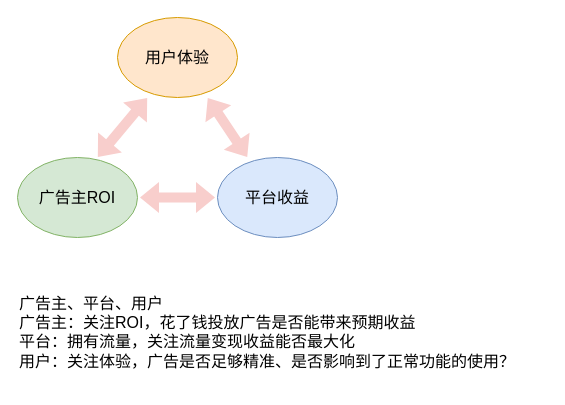
Before: ad_elements.drawio in ZiqingYip/moment, a draw.io diagram. Source tidied: cells renumbered, new cells numbered last; positions are measured from the earlier drawing's top-left corner, leaving out a move shared by most shapes. Both pictures are drawn from the tidied source at 100%, with x=0, y=0 at pixel (17, 17).
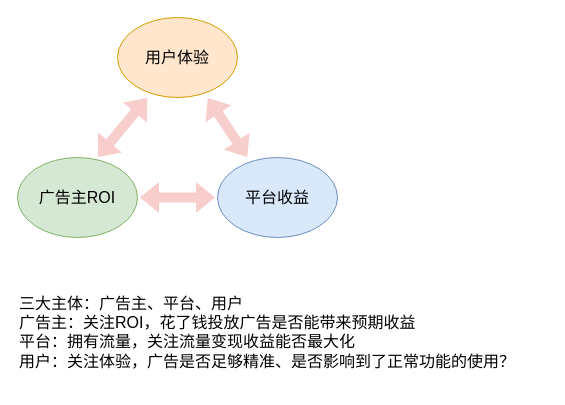
After the change.

What changed in the source:
```diff
@@
 <mxGraphModel>
   <root>
     <mxCell id="0" />
     <mxCell id="1" parent="0" />
     <mxCell id="2" value="用户体验" style="ellipse;whiteSpace=wrap;html=1;fillColor=#ffe6cc;strokeColor=#d79b00;fontSize=16;" parent="1" vertex="1">
       <mxGeometry x="100" width="120" height="80" as="geometry" />
     </mxCell>
     <mxCell id="3" value="广告主ROI" style="ellipse;whiteSpace=wrap;html=1;fillColor=#d5e8d4;strokeColor=#82b366;fontSize=16;" parent="1" vertex="1">
       <mxGeometry y="140" width="120" height="80" as="geometry" />
     </mxCell>
     <mxCell id="4" value="平台收益" style="ellipse;whiteSpace=wrap;html=1;fillColor=#dae8fc;strokeColor=#6c8ebf;fontSize=16;" parent="1" vertex="1">
       <mxGeometry x="200" y="140" width="120" height="80" as="geometry" />
     </mxCell>
     <mxCell id="5" style="shape=flexArrow;endArrow=classic;startArrow=classic;html=1;rounded=0;fillColor=#f8cecc;strokeColor=none;" parent="1" edge="1">
       <mxGeometry relative="1" as="geometry">
         <mxPoint x="80" y="140" as="sourcePoint" />
         <mxPoint x="130" y="80" as="targetPoint" />
       </mxGeometry>
     </mxCell>
     <mxCell id="6" style="shape=flexArrow;endArrow=classic;startArrow=classic;html=1;rounded=0;fillColor=#f8cecc;strokeColor=none;" parent="1" edge="1">
       <mxGeometry relative="1" as="geometry">
         <mxPoint x="230" y="140" as="sourcePoint" />
         <mxPoint x="190" y="80" as="targetPoint" />
       </mxGeometry>
     </mxCell>
     <mxCell id="7" style="shape=flexArrow;endArrow=classic;startArrow=classic;html=1;rounded=0;fillColor=#f8cecc;strokeColor=none;" parent="1" edge="1">
       <mxGeometry relative="1" as="geometry">
         <mxPoint x="198" y="180" as="sourcePoint" />
         <mxPoint x="122" y="180" as="targetPoint" />
       </mxGeometry>
     </mxCell>
-    <mxCell id="8" value="广告主、平台、用户&lt;br&gt;广告主：关注ROI，花了钱投放广告是否能带来预期收益&lt;br&gt;平台：拥有流量，关注流量变现收益能否最大化&lt;br&gt;用户：关注体验，广告是否足够精准、是否影响到了正常功能的使用？" style="text;whiteSpace=wrap;html=1;fontSize=16;" parent="1" vertex="1">
+    <mxCell id="8" value="三大主体：广告主、平台、用户&lt;br&gt;广告主：关注ROI，花了钱投放广告是否能带来预期收益&lt;br&gt;平台：拥有流量，关注流量变现收益能否最大化&lt;br&gt;用户：关注体验，广告是否足够精准、是否影响到了正常功能的使用？" style="text;whiteSpace=wrap;html=1;fontSize=16;" parent="1" vertex="1">
       <mxGeometry y="270" width="530" height="100" as="geometry" />
     </mxCell>
   </root>
 </mxGraphModel>
```
